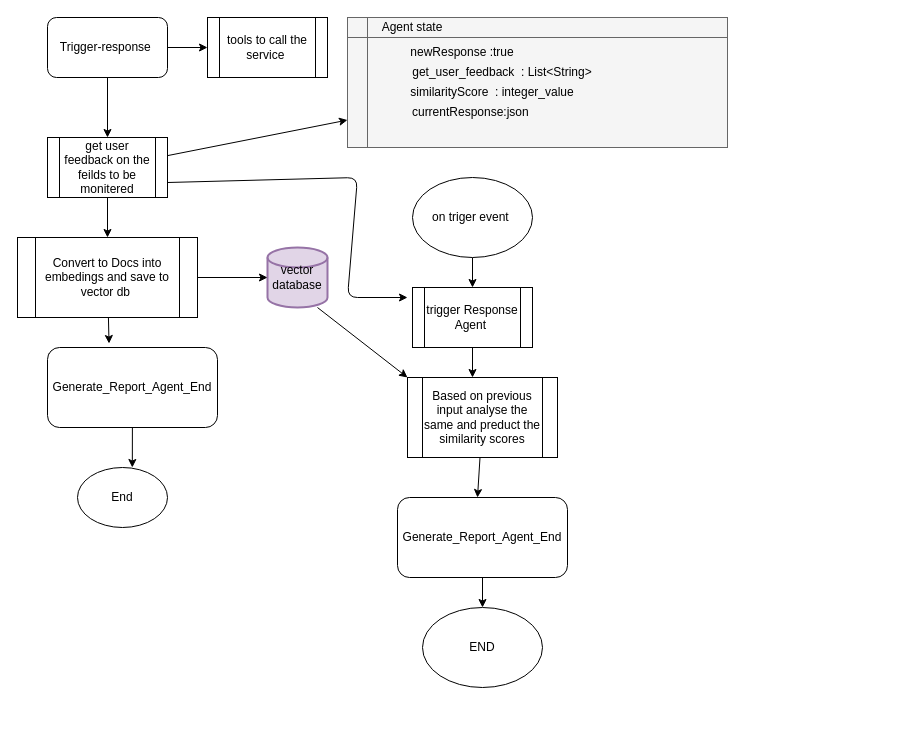
Before: FlowDigramResponseMapperAgent.drawio in gokul153/End_to_End_Testing_Automation_tool, a draw.io diagram. Source tidied: cells renumbered, new cells numbered last; positions are measured from the earlier drawing's top-left corner, leaving out a move shared by most shapes. Both pictures are drawn from the tidied source at 100%, with x=0, y=0 at pixel (17, 17). Pictures stored in the file or linked from it are replaced by grey dashed boxes.
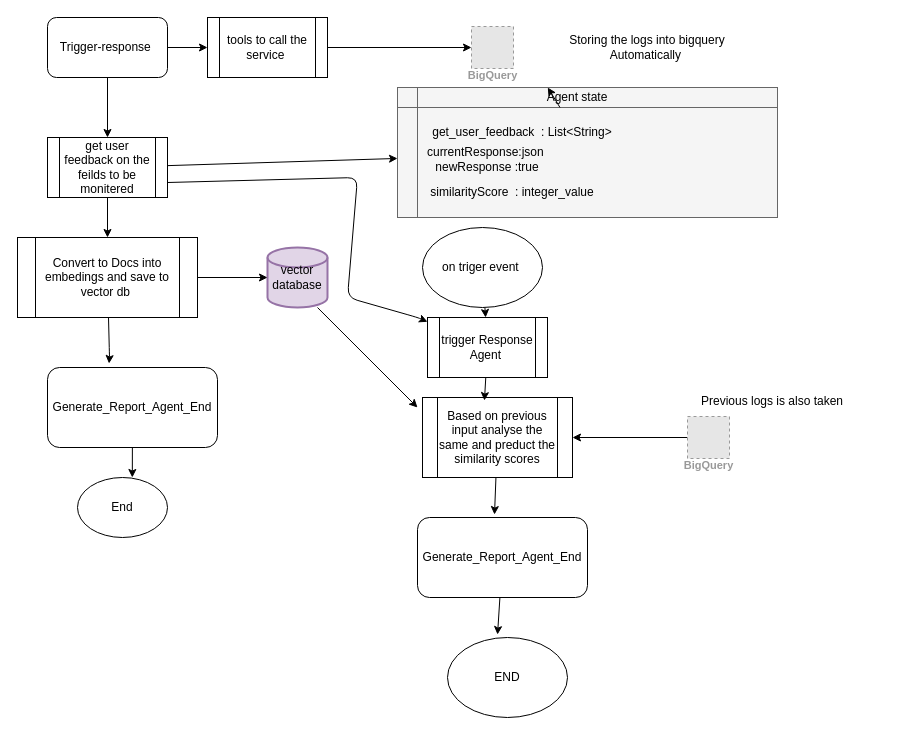
The same page after the edit.

The change refers to these unchanged cells:
```xml
<mxCell id="8" value="Convert to Docs into embedings and save to vector db&amp;nbsp;" style="shape=process;whiteSpace=wrap;html=1;backgroundOutline=1;" parent="1" vertex="1">
  <mxGeometry y="220" width="180" height="80" as="geometry" />
</mxCell>
<mxCell id="18" value="tools to call the service&amp;nbsp;" style="shape=process;whiteSpace=wrap;html=1;backgroundOutline=1;" parent="1" vertex="1">
  <mxGeometry x="190" width="120" height="60" as="geometry" />
</mxCell>
<mxCell id="21" value="get user feedback on the feilds to be monitered" style="shape=process;whiteSpace=wrap;html=1;backgroundOutline=1;" parent="1" vertex="1">
  <mxGeometry x="30" y="120" width="120" height="60" as="geometry" />
</mxCell>
<mxCell id="26" value="vector database" style="strokeWidth=2;html=1;shape=mxgraph.flowchart.database;whiteSpace=wrap;fillColor=#e1d5e7;strokeColor=#9673a6;" parent="1" vertex="1">
  <mxGeometry x="250" y="230" width="60" height="60" as="geometry" />
</mxCell>
```

Change to the diagram source:
```diff
@@
     <mxCell id="6" style="edgeStyle=none;html=1;entryX=0.362;entryY=-0.05;entryDx=0;entryDy=0;entryPerimeter=0;" parent="1" edge="1" source="8" target="17">
-      <mxGeometry relative="1" as="geometry" />
+      <mxGeometry relative="1" as="geometry">
+        <Array as="points">
+          <mxPoint x="92" y="340" />
+        </Array>
+      </mxGeometry>
     </mxCell>
@@
     <mxCell id="9" style="shape=internalStorage;whiteSpace=wrap;html=1;backgroundOutline=1;fillColor=#f5f5f5;fontColor=#333333;strokeColor=#666666;" parent="1" vertex="1">
-      <mxGeometry x="330" width="380" height="130" as="geometry" />
+      <mxGeometry x="380" y="70" width="380" height="130" as="geometry" />
     </mxCell>
+    <mxCell id="36" style="edgeStyle=none;html=1;exitX=0.25;exitY=1;exitDx=0;exitDy=0;" parent="1" edge="1" source="10" target="9">
+      <mxGeometry relative="1" as="geometry" />
+    </mxCell>
     <mxCell id="10" value="Agent state" style="text;html=1;align=center;verticalAlign=middle;whiteSpace=wrap;rounded=0;" parent="1" vertex="1">
-      <mxGeometry x="360" width="70" height="20" as="geometry" />
+      <mxGeometry x="525" y="70" width="70" height="20" as="geometry" />
     </mxCell>
     <mxCell id="11" value="newResponse :true" style="text;html=1;align=center;verticalAlign=middle;whiteSpace=wrap;rounded=0;" parent="1" vertex="1">
-      <mxGeometry x="350" y="20" width="190" height="30" as="geometry" />
+      <mxGeometry x="375" y="135" width="190" height="30" as="geometry" />
     </mxCell>
     <mxCell id="12" value="get_user_feedback&amp;nbsp; : List&amp;lt;String&amp;gt;" style="text;html=1;align=center;verticalAlign=middle;whiteSpace=wrap;rounded=0;" parent="1" vertex="1">
-      <mxGeometry x="370" y="40" width="230" height="30" as="geometry" />
+      <mxGeometry x="390" y="100" width="230" height="30" as="geometry" />
     </mxCell>
     <mxCell id="13" value="similarityScore&amp;nbsp; : integer_value" style="text;html=1;align=center;verticalAlign=middle;whiteSpace=wrap;rounded=0;" parent="1" vertex="1">
-      <mxGeometry x="360" y="60" width="230" height="30" as="geometry" />
+      <mxGeometry x="380" y="160" width="230" height="30" as="geometry" />
     </mxCell>
     <mxCell id="14" value="currentResponse:json&amp;nbsp;" style="text;html=1;align=center;verticalAlign=middle;whiteSpace=wrap;rounded=0;" parent="1" vertex="1">
-      <mxGeometry x="390" y="80" width="130" height="30" as="geometry" />
+      <mxGeometry x="405" y="120" width="130" height="30" as="geometry" />
     </mxCell>
@@
     <mxCell id="17" value="Generate_Report_Agent_End" style="rounded=1;whiteSpace=wrap;html=1;" parent="1" vertex="1">
-      <mxGeometry x="30" y="330" width="170" height="80" as="geometry" />
+      <mxGeometry x="30" y="350" width="170" height="80" as="geometry" />
     </mxCell>
+    <mxCell id="37" style="edgeStyle=none;html=1;" parent="1" edge="1" source="18" target="40">
+      <mxGeometry relative="1" as="geometry" />
+    </mxCell>
@@
     <mxCell id="23" value="on triger event&amp;nbsp;" style="ellipse;whiteSpace=wrap;html=1;" parent="1" vertex="1">
-      <mxGeometry x="395" y="160" width="120" height="80" as="geometry" />
+      <mxGeometry x="405" y="210" width="120" height="80" as="geometry" />
     </mxCell>
     <mxCell id="24" value="End" style="ellipse;whiteSpace=wrap;html=1;" parent="1" vertex="1">
-      <mxGeometry x="60" y="450" width="90" height="60" as="geometry" />
+      <mxGeometry x="60" y="460" width="90" height="60" as="geometry" />
     </mxCell>
     <mxCell id="25" style="edgeStyle=none;html=1;exitX=0.833;exitY=1;exitDx=0;exitDy=0;exitPerimeter=0;" parent="1" edge="1" source="26">
       <mxGeometry relative="1" as="geometry">
-        <mxPoint x="390" y="360" as="targetPoint" />
+        <mxPoint x="400" y="390" as="targetPoint" />
       </mxGeometry>
     </mxCell>
@@
     <mxCell id="29" value="trigger Response Agent&amp;nbsp;" style="shape=process;whiteSpace=wrap;html=1;backgroundOutline=1;" parent="1" vertex="1">
-      <mxGeometry x="395" y="270" width="120" height="60" as="geometry" />
+      <mxGeometry x="410" y="300" width="120" height="60" as="geometry" />
     </mxCell>
-    <mxCell id="30" style="endArrow=classic;html=1;exitX=1;exitY=0.75;exitDx=0;exitDy=0;" parent="1" edge="1" source="21">
+    <mxCell id="30" style="endArrow=classic;html=1;exitX=1;exitY=0.75;exitDx=0;exitDy=0;" parent="1" edge="1" source="21" target="29">
       <mxGeometry relative="1" as="geometry">
-        <mxPoint x="390" y="280" as="targetPoint" />
         <Array as="points">
           <mxPoint x="340" y="160" />
           <mxPoint x="330" y="280" />
+          <mxPoint x="400" y="300" />
         </Array>
       </mxGeometry>
     </mxCell>
-    <mxCell id="31" style="edgeStyle=none;html=1;" parent="1" edge="1" source="32">
-      <mxGeometry relative="1" as="geometry">
-        <mxPoint x="460" y="480" as="targetPoint" />
-      </mxGeometry>
-    </mxCell>
     <mxCell id="32" value="Based on previous input analyse the same and preduct the similarity scores" style="shape=process;whiteSpace=wrap;html=1;backgroundOutline=1;" parent="1" vertex="1">
-      <mxGeometry x="390" y="360" width="150" height="80" as="geometry" />
+      <mxGeometry x="405" y="380" width="150" height="80" as="geometry" />
     </mxCell>
-    <mxCell id="33" style="edgeStyle=none;html=1;" parent="1" edge="1" source="34">
-      <mxGeometry relative="1" as="geometry">
-        <mxPoint x="465" y="590" as="targetPoint" />
-        <Array as="points">
-          <mxPoint x="465" y="590" />
-        </Array>
-      </mxGeometry>
-    </mxCell>
     <mxCell id="34" value="Generate_Report_Agent_End" style="rounded=1;whiteSpace=wrap;html=1;" parent="1" vertex="1">
-      <mxGeometry x="380" y="480" width="170" height="80" as="geometry" />
+      <mxGeometry x="400" y="500" width="170" height="80" as="geometry" />
     </mxCell>
     <mxCell id="35" value="END" style="ellipse;whiteSpace=wrap;html=1;" parent="1" vertex="1">
-      <mxGeometry x="405" y="590" width="120" height="80" as="geometry" />
+      <mxGeometry x="430" y="620" width="120" height="80" as="geometry" />
     </mxCell>
+    <mxCell id="38" style="edgeStyle=none;html=1;entryX=0.453;entryY=-0.037;entryDx=0;entryDy=0;entryPerimeter=0;" parent="1" edge="1" source="32" target="34">
+      <mxGeometry relative="1" as="geometry" />
+    </mxCell>
+    <mxCell id="39" style="edgeStyle=none;html=1;entryX=0.417;entryY=-0.037;entryDx=0;entryDy=0;entryPerimeter=0;" parent="1" edge="1" source="34" target="35">
+      <mxGeometry relative="1" as="geometry" />
+    </mxCell>
+    <mxCell id="40" value="BigQuery" style="fillColor=#E6E6E6;strokeColor=#999999;dashed=1;html=1;verticalAlign=top;labelPosition=center;verticalLabelPosition=bottom;align=center;spacingTop=-6;fontSize=11;fontStyle=1;fontColor=#999999;" parent="1" vertex="1">
+      <mxGeometry x="454" y="9" width="42" height="42" as="geometry" />
+    </mxCell>
+    <mxCell id="41" style="edgeStyle=none;html=1;entryX=1;entryY=0.5;entryDx=0;entryDy=0;" parent="1" edge="1" source="42" target="32">
+      <mxGeometry relative="1" as="geometry" />
+    </mxCell>
+    <mxCell id="42" value="BigQuery" style="fillColor=#E6E6E6;strokeColor=#999999;dashed=1;html=1;verticalAlign=top;labelPosition=center;verticalLabelPosition=bottom;align=center;spacingTop=-6;fontSize=11;fontStyle=1;fontColor=#999999;" parent="1" vertex="1">
+      <mxGeometry x="670" y="399" width="42" height="42" as="geometry" />
+    </mxCell>
+    <mxCell id="43" style="edgeStyle=none;html=1;entryX=0.413;entryY=0.038;entryDx=0;entryDy=0;entryPerimeter=0;" parent="1" edge="1" source="29" target="32">
+      <mxGeometry relative="1" as="geometry" />
+    </mxCell>
+    <mxCell id="44" value="Previous logs is also taken" style="text;html=1;align=center;verticalAlign=middle;whiteSpace=wrap;rounded=0;" parent="1" vertex="1">
+      <mxGeometry x="640" y="368" width="230" height="31" as="geometry" />
+    </mxCell>
+    <mxCell id="45" value="Storing the logs into bigquery Automatically&amp;nbsp;" style="text;html=1;align=center;verticalAlign=middle;whiteSpace=wrap;rounded=0;" parent="1" vertex="1">
+      <mxGeometry x="520" y="15" width="220" height="30" as="geometry" />
+    </mxCell>
```
